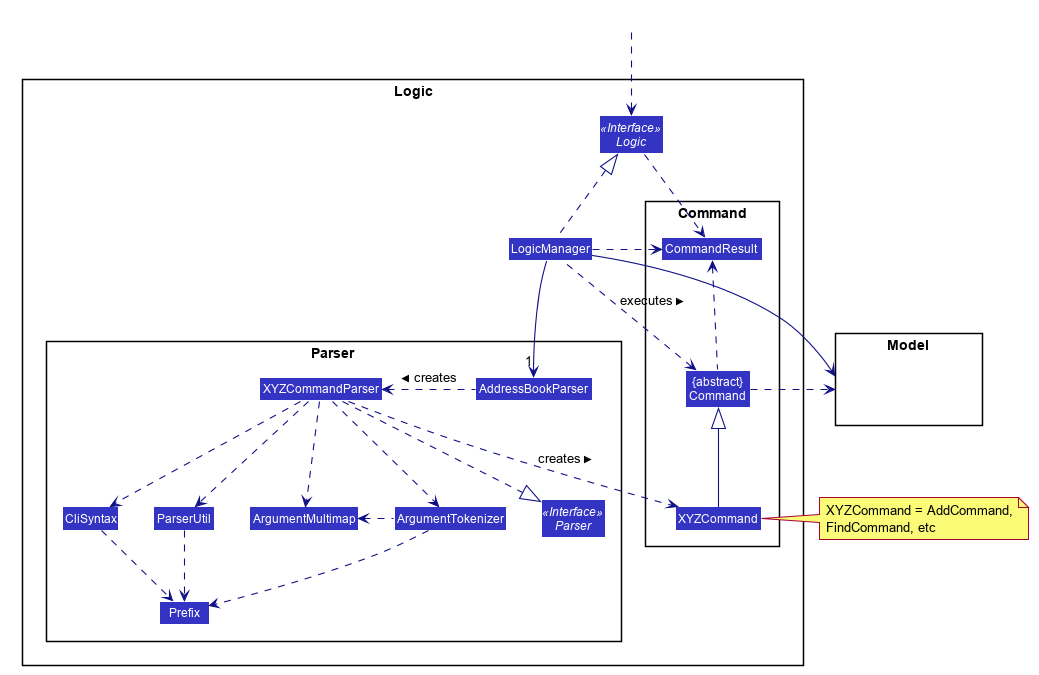
The PlantUML diagram docs/images/LogicClassDiagram.png in nus-cs2103-AY2021S2/tp, before a commit.
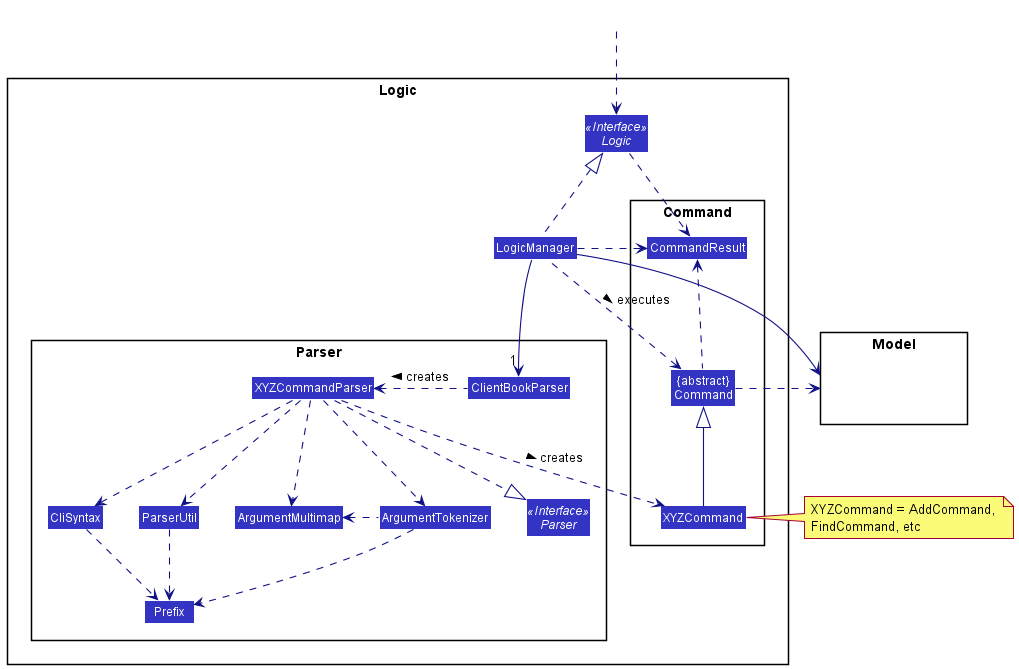
Above is the later version.

Commit message:
Change UML diagram from AddressBookParser to ClientBookParser

Change to the diagram source:
```diff
@@ -1,61 +1,14 @@
 @startuml
-
-
-
-
-
-
-
-
-skinparam BackgroundColor #FFFFFFF
-
-skinparam Shadowing false
-
-skinparam Class {
-    FontColor #FFFFFF
-    BorderThickness 1
-    BorderColor #FFFFFF
-    StereotypeFontColor #FFFFFF
-    FontName Arial
-}
-
-skinparam Actor {
-    BorderColor #000000
-    Color #000000
-    FontName Arial
-}
-
-skinparam Sequence {
-    MessageAlign center
-    BoxFontSize 15
-    BoxPadding 0
-    BoxFontColor #FFFFFF
-    FontName Arial
-}
-
-skinparam Participant {
-    FontColor #FFFFFFF
-    Padding 20
-}
-
-skinparam MinClassWidth 50
-skinparam ParticipantPadding 10
-skinparam Shadowing false
-skinparam DefaultTextAlignment center
-skinparam packageStyle Rectangle
-
-hide footbox
-hide members
-hide circle
+!include style.puml
 skinparam arrowThickness 1.1
-skinparam arrowColor #101086
-skinparam classBackgroundColor #3333C4
+skinparam arrowColor LOGIC_COLOR_T4
+skinparam classBackgroundColor LOGIC_COLOR
 
 package Logic {
 
 package Parser {
 Interface Parser <<Interface>>
-Class AddressBookParser
+Class ClientBookParser
 Class XYZCommandParser
 Class CliSyntax
 Class ParserUtil
@@ -82,8 +35,8 @@
 HiddenOutside ..> Logic
 
 LogicManager .up.|> Logic
-LogicManager -->"1" AddressBookParser
-AddressBookParser .left.> XYZCommandParser: creates >
+LogicManager -->"1" ClientBookParser
+ClientBookParser .left.> XYZCommandParser: creates >
 
 XYZCommandParser ..> XYZCommand : creates >
 XYZCommandParser ..|> Parser
```
